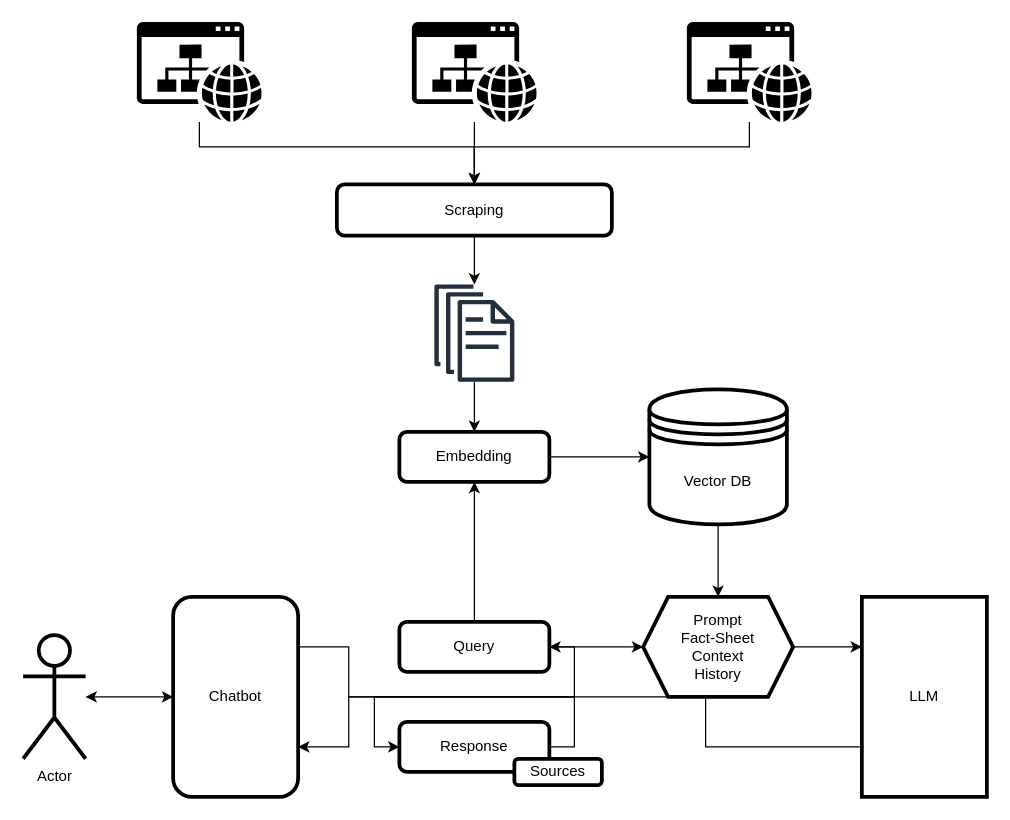
maxiwilke/geant-rag keeps this draw.io diagram as assets/architectureSimple.drawio. Above is the earlier version. Source tidied: cells renumbered, new cells numbered last; positions are measured from the earlier drawing's top-left corner, leaving out a move shared by most shapes. Both pictures are drawn from the tidied source at 125%, with x=0, y=0 at pixel (22, 21).
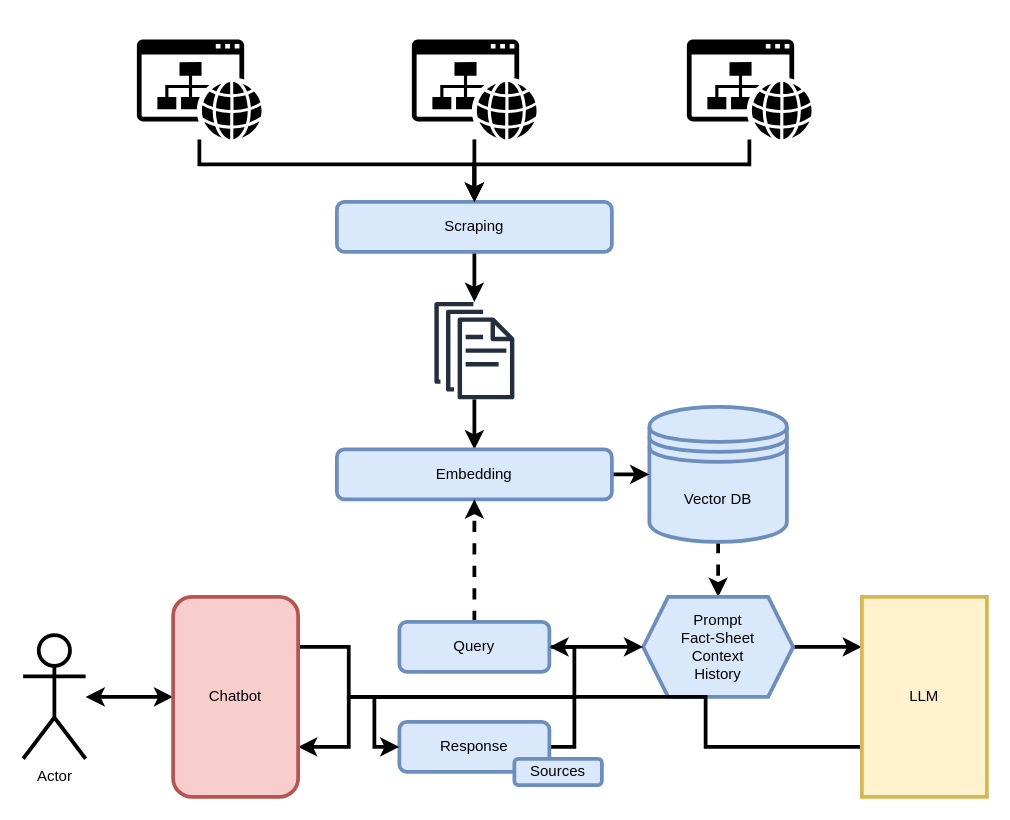
The same page after the edit.

Unchanged cells that the change refers to:
```xml
<mxCell id="18" value="Actor" style="shape=umlActor;verticalLabelPosition=bottom;verticalAlign=top;html=1;outlineConnect=0;strokeWidth=3;" parent="1" vertex="1">
  <mxGeometry y="490.5" width="50" height="99" as="geometry" />
</mxCell>
```

Diff of the diagram source:
```diff
@@
-    <mxCell id="2" style="edgeStyle=orthogonalEdgeStyle;rounded=0;jettySize=auto;html=1;entryX=0.5;entryY=0;entryDx=0;entryDy=0;" parent="1" edge="1" source="29" target="10">
+    <mxCell id="2" style="edgeStyle=orthogonalEdgeStyle;rounded=0;jettySize=auto;html=1;entryX=0.5;entryY=0;entryDx=0;entryDy=0;strokeWidth=3;" parent="1" edge="1" source="29" target="10">
       <mxGeometry relative="1" as="geometry" />
     </mxCell>
-    <mxCell id="3" style="edgeStyle=orthogonalEdgeStyle;rounded=0;jettySize=auto;html=1;entryX=0.5;entryY=0;entryDx=0;entryDy=0;" parent="1" edge="1" source="4" target="8">
+    <mxCell id="3" style="edgeStyle=orthogonalEdgeStyle;rounded=0;jettySize=auto;html=1;entryX=0.5;entryY=0;entryDx=0;entryDy=0;strokeWidth=3;dashed=1;" parent="1" edge="1" source="4" target="8">
       <mxGeometry relative="1" as="geometry" />
     </mxCell>
-    <mxCell id="4" value="Vector DB" style="shape=datastore;whiteSpace=wrap;html=1;strokeWidth=3;" parent="1" vertex="1">
-      <mxGeometry x="501" y="294" width="110" height="108" as="geometry" />
+    <mxCell id="4" value="Vector DB" style="shape=datastore;whiteSpace=wrap;html=1;strokeWidth=3;fillColor=#dae8fc;strokeColor=#6c8ebf;" parent="1" vertex="1">
+      <mxGeometry x="501" y="308" width="110" height="108" as="geometry" />
     </mxCell>
-    <mxCell id="5" style="edgeStyle=orthogonalEdgeStyle;rounded=0;jettySize=auto;html=1;" parent="1" edge="1" source="6" target="29">
+    <mxCell id="5" style="edgeStyle=orthogonalEdgeStyle;rounded=0;jettySize=auto;html=1;strokeWidth=3;" parent="1" edge="1" source="6" target="29">
       <mxGeometry relative="1" as="geometry" />
     </mxCell>
-    <mxCell id="6" value="Scraping" style="rounded=1;whiteSpace=wrap;html=1;strokeWidth=3;" parent="1" vertex="1">
-      <mxGeometry x="251" y="130" width="220" height="41" as="geometry" />
+    <mxCell id="6" value="Scraping" style="rounded=1;whiteSpace=wrap;html=1;strokeWidth=3;fillColor=#dae8fc;strokeColor=#6c8ebf;" parent="1" vertex="1">
+      <mxGeometry x="251" y="144" width="220" height="40" as="geometry" />
     </mxCell>
-    <mxCell id="7" style="edgeStyle=orthogonalEdgeStyle;rounded=0;jettySize=auto;html=1;exitX=1;exitY=0.5;exitDx=0;exitDy=0;entryX=0;entryY=0.25;entryDx=0;entryDy=0;" parent="1" edge="1" source="8" target="20">
+    <mxCell id="7" style="edgeStyle=orthogonalEdgeStyle;rounded=0;jettySize=auto;html=1;exitX=1;exitY=0.5;exitDx=0;exitDy=0;entryX=0;entryY=0.25;entryDx=0;entryDy=0;strokeWidth=3;" parent="1" edge="1" source="8" target="20">
       <mxGeometry relative="1" as="geometry" />
     </mxCell>
-    <mxCell id="8" value="Prompt&lt;div&gt;Fact-Sheet&lt;br&gt;&lt;div&gt;Context&lt;/div&gt;&lt;div&gt;History&lt;/div&gt;&lt;/div&gt;" style="shape=hexagon;perimeter=hexagonPerimeter2;whiteSpace=wrap;html=1;fixedSize=1;strokeWidth=3;" parent="1" vertex="1">
+    <mxCell id="8" value="Prompt&lt;div&gt;Fact-Sheet&lt;br&gt;&lt;div&gt;Context&lt;/div&gt;&lt;div&gt;History&lt;/div&gt;&lt;/div&gt;" style="shape=hexagon;perimeter=hexagonPerimeter2;whiteSpace=wrap;html=1;fixedSize=1;strokeWidth=3;fillColor=#dae8fc;strokeColor=#6c8ebf;" parent="1" vertex="1">
       <mxGeometry x="496" y="460" width="120" height="80" as="geometry" />
     </mxCell>
-    <mxCell id="9" style="edgeStyle=orthogonalEdgeStyle;rounded=0;jettySize=auto;html=1;entryX=0;entryY=0.5;entryDx=0;entryDy=0;" parent="1" edge="1" source="10" target="4">
+    <mxCell id="9" style="edgeStyle=orthogonalEdgeStyle;rounded=0;jettySize=auto;html=1;entryX=0;entryY=0.5;entryDx=0;entryDy=0;strokeWidth=3;" parent="1" edge="1" source="10" target="4">
       <mxGeometry relative="1" as="geometry" />
     </mxCell>
-    <mxCell id="10" value="Embedding" style="rounded=1;whiteSpace=wrap;html=1;strokeWidth=3;flipH=1;legacyAnchorPoints=0;flipV=0;" parent="1" vertex="1">
-      <mxGeometry x="301" y="328" width="120" height="40" as="geometry" />
+    <mxCell id="10" value="Embedding" style="rounded=1;whiteSpace=wrap;html=1;strokeWidth=3;flipH=1;legacyAnchorPoints=0;flipV=0;fillColor=#dae8fc;strokeColor=#6c8ebf;" parent="1" vertex="1">
+      <mxGeometry x="251" y="342" width="220" height="40" as="geometry" />
     </mxCell>
-    <mxCell id="11" style="edgeStyle=orthogonalEdgeStyle;rounded=0;jettySize=auto;html=1;entryX=0;entryY=0.5;entryDx=0;entryDy=0;" parent="1" edge="1" source="13" target="8">
+    <mxCell id="11" style="edgeStyle=orthogonalEdgeStyle;rounded=0;jettySize=auto;html=1;entryX=0;entryY=0.5;entryDx=0;entryDy=0;strokeWidth=3;" parent="1" edge="1" source="13" target="8">
       <mxGeometry relative="1" as="geometry" />
     </mxCell>
-    <mxCell id="12" style="edgeStyle=orthogonalEdgeStyle;rounded=0;jettySize=auto;html=1;entryX=0.5;entryY=1;entryDx=0;entryDy=0;" parent="1" edge="1" source="13" target="10">
+    <mxCell id="12" style="edgeStyle=orthogonalEdgeStyle;rounded=0;jettySize=auto;html=1;entryX=0.5;entryY=1;entryDx=0;entryDy=0;strokeWidth=3;dashed=1;" parent="1" edge="1" source="13" target="10">
       <mxGeometry relative="1" as="geometry" />
     </mxCell>
-    <mxCell id="13" value="Query" style="rounded=1;whiteSpace=wrap;html=1;strokeWidth=3;flipH=1;legacyAnchorPoints=0;flipV=0;" parent="1" vertex="1">
+    <mxCell id="13" value="Query" style="rounded=1;whiteSpace=wrap;html=1;strokeWidth=3;flipH=1;legacyAnchorPoints=0;flipV=0;fillColor=#dae8fc;strokeColor=#6c8ebf;" parent="1" vertex="1">
       <mxGeometry x="301" y="480" width="120" height="40" as="geometry" />
     </mxCell>
-    <mxCell id="14" style="edgeStyle=orthogonalEdgeStyle;rounded=0;jettySize=auto;html=1;exitX=1;exitY=0.5;exitDx=0;exitDy=0;entryX=1;entryY=0.75;entryDx=0;entryDy=0;" parent="1" edge="1" source="15" target="22">
+    <mxCell id="14" style="edgeStyle=orthogonalEdgeStyle;rounded=0;jettySize=auto;html=1;exitX=1;exitY=0.5;exitDx=0;exitDy=0;entryX=1;entryY=0.75;entryDx=0;entryDy=0;strokeWidth=3;" parent="1" edge="1" source="15" target="22">
       <mxGeometry relative="1" as="geometry" />
     </mxCell>
-    <mxCell id="15" value="Response" style="rounded=1;whiteSpace=wrap;html=1;strokeWidth=3;flipH=1;legacyAnchorPoints=0;flipV=0;" parent="1" vertex="1">
+    <mxCell id="15" value="Response" style="rounded=1;whiteSpace=wrap;html=1;strokeWidth=3;flipH=1;legacyAnchorPoints=0;flipV=0;fillColor=#dae8fc;strokeColor=#6c8ebf;" parent="1" vertex="1">
       <mxGeometry x="301" y="560" width="120" height="40" as="geometry" />
     </mxCell>
-    <mxCell id="16" value="Sources" style="rounded=1;whiteSpace=wrap;html=1;strokeWidth=3;" parent="1" vertex="1">
+    <mxCell id="16" value="Sources" style="rounded=1;whiteSpace=wrap;html=1;strokeWidth=3;fillColor=#dae8fc;strokeColor=#6c8ebf;" parent="1" vertex="1">
       <mxGeometry x="393" y="589.5" width="70" height="21" as="geometry" />
     </mxCell>
-    <mxCell id="17" style="edgeStyle=orthogonalEdgeStyle;rounded=0;jettySize=auto;html=1;entryX=0;entryY=0.5;entryDx=0;entryDy=0;startArrow=classic;startFill=1;" parent="1" edge="1" source="18" target="22">
+    <mxCell id="17" style="edgeStyle=orthogonalEdgeStyle;rounded=0;jettySize=auto;html=1;entryX=0;entryY=0.5;entryDx=0;entryDy=0;startArrow=classic;startFill=1;strokeWidth=3;" parent="1" edge="1" source="18" target="22">
       <mxGeometry relative="1" as="geometry" />
     </mxCell>
@@
-    <mxCell id="19" style="edgeStyle=orthogonalEdgeStyle;rounded=0;jettySize=auto;html=1;exitX=0;exitY=0.75;exitDx=0;exitDy=0;entryX=0;entryY=0.5;entryDx=0;entryDy=0;" parent="1" edge="1" source="20" target="15">
+    <mxCell id="19" style="edgeStyle=orthogonalEdgeStyle;rounded=0;jettySize=auto;html=1;exitX=0;exitY=0.75;exitDx=0;exitDy=0;entryX=0;entryY=0.5;entryDx=0;entryDy=0;strokeWidth=3;" parent="1" edge="1" source="20" target="15">
       <mxGeometry relative="1" as="geometry" />
     </mxCell>
-    <mxCell id="20" value="LLM" style="rounded=0;whiteSpace=wrap;html=1;strokeWidth=3;" parent="1" vertex="1">
+    <mxCell id="20" value="LLM" style="rounded=0;whiteSpace=wrap;html=1;strokeWidth=3;fillColor=#fff2cc;strokeColor=#d6b656;" parent="1" vertex="1">
       <mxGeometry x="671" y="460" width="100" height="160" as="geometry" />
     </mxCell>
-    <mxCell id="21" style="edgeStyle=orthogonalEdgeStyle;rounded=0;jettySize=auto;html=1;exitX=1;exitY=0.25;exitDx=0;exitDy=0;entryX=1;entryY=0.5;entryDx=0;entryDy=0;" parent="1" edge="1" source="22" target="13">
+    <mxCell id="21" style="edgeStyle=orthogonalEdgeStyle;rounded=0;jettySize=auto;html=1;exitX=1;exitY=0.25;exitDx=0;exitDy=0;entryX=1;entryY=0.5;entryDx=0;entryDy=0;strokeWidth=3;" parent="1" edge="1" source="22" target="13">
       <mxGeometry relative="1" as="geometry" />
     </mxCell>
-    <mxCell id="22" value="Chatbot" style="whiteSpace=wrap;html=1;rounded=1;strokeWidth=3;" parent="1" vertex="1">
+    <mxCell id="22" value="Chatbot" style="whiteSpace=wrap;html=1;rounded=1;strokeWidth=3;fillColor=#f8cecc;strokeColor=#b85450;" parent="1" vertex="1">
       <mxGeometry x="120" y="460" width="100" height="160" as="geometry" />
     </mxCell>
-    <mxCell id="23" style="edgeStyle=orthogonalEdgeStyle;rounded=0;jettySize=auto;html=1;entryX=0.5;entryY=0;entryDx=0;entryDy=0;" parent="1" edge="1" source="24" target="6">
+    <mxCell id="23" style="edgeStyle=orthogonalEdgeStyle;rounded=0;jettySize=auto;html=1;entryX=0.5;entryY=0;entryDx=0;entryDy=0;strokeWidth=3;" parent="1" edge="1" source="24" target="6">
       <mxGeometry relative="1" as="geometry">
         <Array as="points">
-          <mxPoint x="141" y="100" />
-          <mxPoint x="361" y="100" />
+          <mxPoint x="141" y="114" />
+          <mxPoint x="361" y="114" />
         </Array>
       </mxGeometry>
     </mxCell>
     <mxCell id="24" style="sketch=0;shadow=0;dashed=0;html=1;strokeColor=none;fillColor=light-dark(#000000,#000000);labelPosition=center;verticalLabelPosition=bottom;verticalAlign=top;outlineConnect=0;align=center;shape=mxgraph.office.concepts.website;" parent="1" vertex="1">
-      <mxGeometry x="91" width="100" height="80" as="geometry" />
+      <mxGeometry x="91" y="14" width="100" height="80" as="geometry" />
     </mxCell>
-    <mxCell id="25" style="edgeStyle=orthogonalEdgeStyle;rounded=0;jettySize=auto;html=1;entryX=0.5;entryY=0;entryDx=0;entryDy=0;" parent="1" edge="1" source="26" target="6">
+    <mxCell id="25" style="edgeStyle=orthogonalEdgeStyle;rounded=0;jettySize=auto;html=1;entryX=0.5;entryY=0;entryDx=0;entryDy=0;strokeWidth=3;" parent="1" edge="1" source="26" target="6">
       <mxGeometry relative="1" as="geometry" />
     </mxCell>
     <mxCell id="26" style="sketch=0;shadow=0;dashed=0;html=1;strokeColor=none;fillColor=light-dark(#000000,#000000);labelPosition=center;verticalLabelPosition=bottom;verticalAlign=top;outlineConnect=0;align=center;shape=mxgraph.office.concepts.website;" parent="1" vertex="1">
-      <mxGeometry x="311" width="100" height="80" as="geometry" />
+      <mxGeometry x="311" y="14" width="100" height="80" as="geometry" />
     </mxCell>
-    <mxCell id="27" style="edgeStyle=orthogonalEdgeStyle;rounded=0;jettySize=auto;html=1;entryX=0.5;entryY=0;entryDx=0;entryDy=0;" parent="1" edge="1" source="28" target="6">
+    <mxCell id="27" style="edgeStyle=orthogonalEdgeStyle;rounded=0;jettySize=auto;html=1;entryX=0.5;entryY=0;entryDx=0;entryDy=0;strokeWidth=3;" parent="1" edge="1" source="28" target="6">
       <mxGeometry relative="1" as="geometry">
         <Array as="points">
-          <mxPoint x="581" y="100" />
-          <mxPoint x="361" y="100" />
+          <mxPoint x="581" y="114" />
+          <mxPoint x="361" y="114" />
         </Array>
       </mxGeometry>
     </mxCell>
     <mxCell id="28" style="sketch=0;shadow=0;dashed=0;html=1;strokeColor=none;fillColor=light-dark(#000000,#000000);labelPosition=center;verticalLabelPosition=bottom;verticalAlign=top;outlineConnect=0;align=center;shape=mxgraph.office.concepts.website;" parent="1" vertex="1">
-      <mxGeometry x="531" width="100" height="80" as="geometry" />
+      <mxGeometry x="531" y="14" width="100" height="80" as="geometry" />
     </mxCell>
     <mxCell id="29" style="sketch=0;outlineConnect=0;fontColor=#232F3E;gradientColor=none;fillColor=#232F3D;strokeColor=none;dashed=0;verticalLabelPosition=bottom;verticalAlign=top;align=center;html=1;fontSize=12;fontStyle=0;shape=mxgraph.aws4.documents;" parent="1" vertex="1">
-      <mxGeometry x="329" y="210" width="64" height="78" as="geometry" />
+      <mxGeometry x="329" y="224" width="64" height="78" as="geometry" />
     </mxCell>
```
